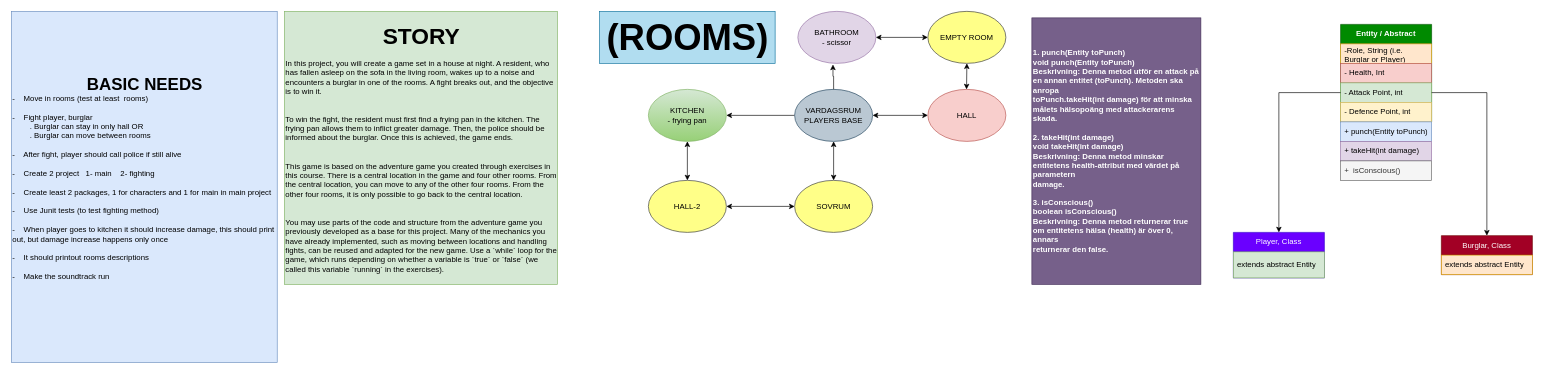
metetrkn/intruderAlert keeps this draw.io diagram as src/main/java/se/meteturkan/plan/plan.drawio. Above is the earlier version. Source tidied: cells renumbered, new cells numbered last; positions are measured from the earlier drawing's top-left corner, leaving out a move shared by most shapes. Both pictures are drawn from the tidied source at 65%, with x=0, y=0 at pixel (11, 11).
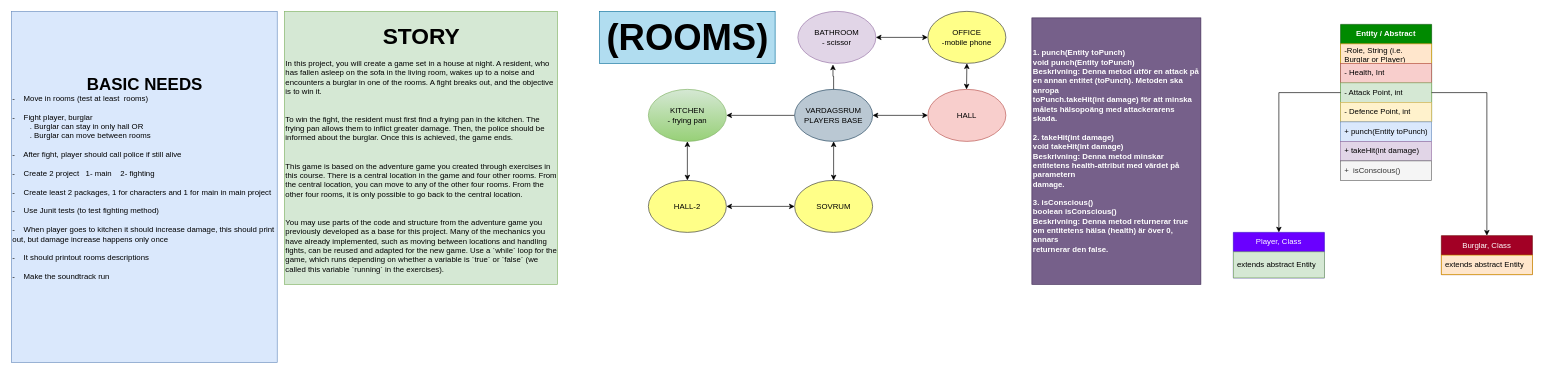
After the change.

Commit message (it also covers changes not shown here):
text added to beginning of fight, empty room changed into office

Diff of the diagram source:
```diff
@@
-    <mxCell id="13" value="EMPTY ROOM" style="ellipse;whiteSpace=wrap;html=1;fillColor=#ffff88;strokeColor=#36393d;" parent="1" vertex="1">
+    <mxCell id="13" value="OFFICE&lt;div&gt;-mobile phone&lt;/div&gt;" style="ellipse;whiteSpace=wrap;html=1;fillColor=#ffff88;strokeColor=#36393d;" parent="1" vertex="1">
       <mxGeometry x="1410" width="120" height="80" as="geometry" />
     </mxCell>
```
